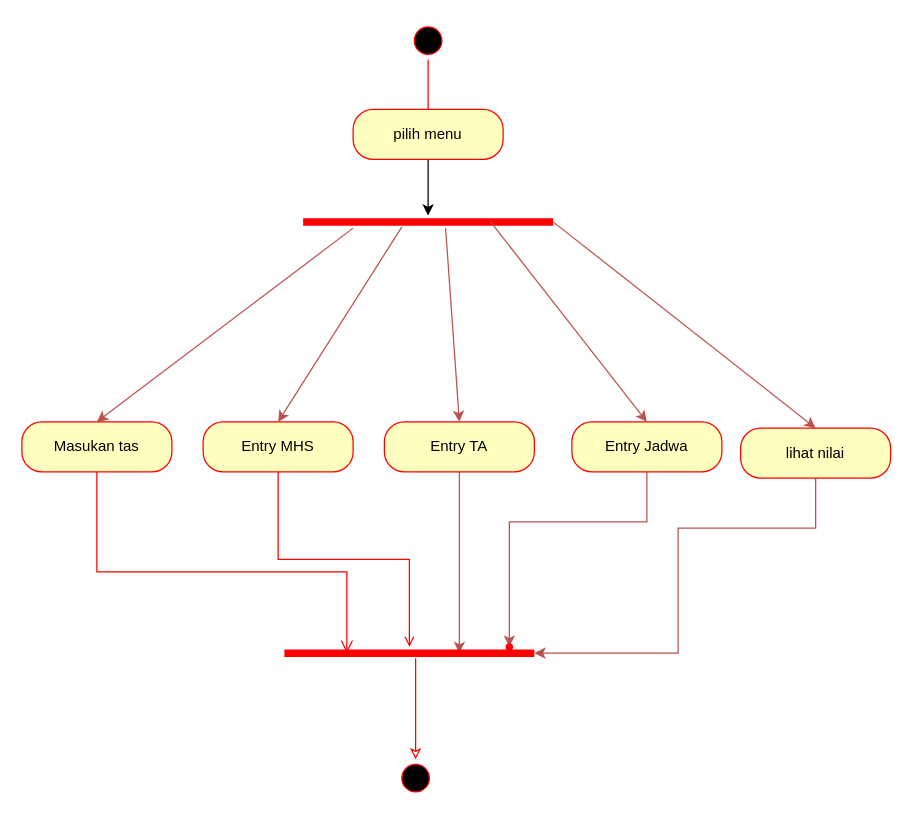
Earlier version of the draw.io diagram Pert 12/Activity-1L-12.drawio (mahesri/uml_ads_sms3). Source tidied: cells renumbered, new cells numbered last; positions are measured from the earlier drawing's top-left corner, leaving out a move shared by most shapes. Both pictures are drawn from the tidied source at 125%, with x=0, y=0 at pixel (21, 21).
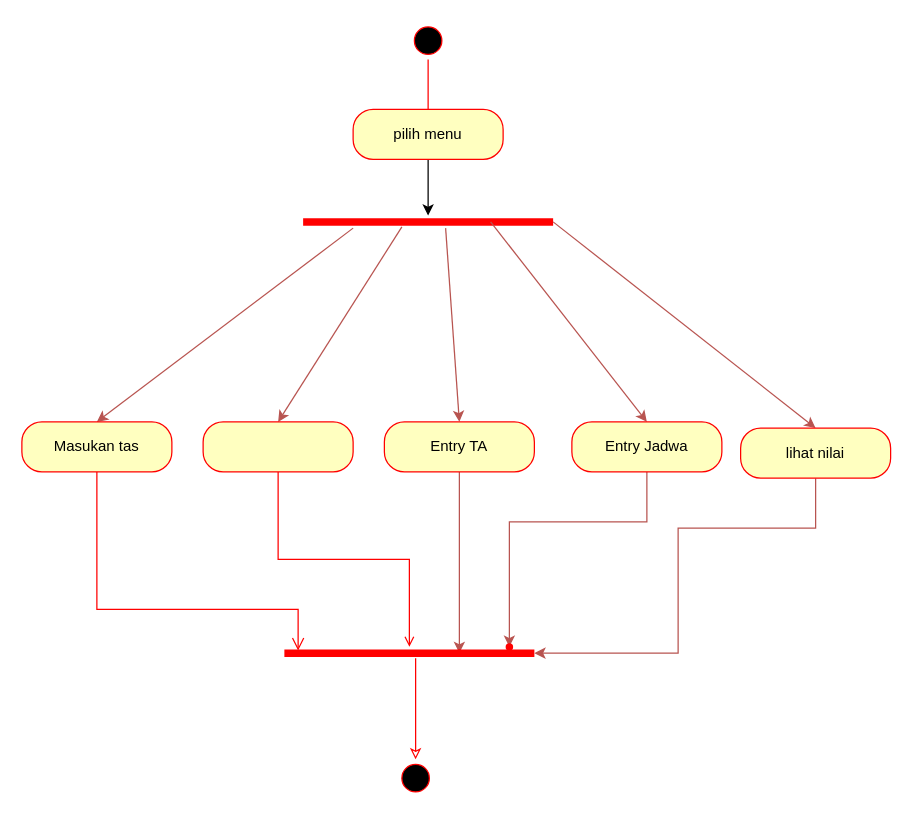
Above is the later version.

Unchanged cells that the change refers to:
```xml
<mxCell id="8" value="Masukan tas" style="rounded=1;whiteSpace=wrap;html=1;arcSize=40;fontColor=#000000;fillColor=#ffffc0;strokeColor=#ff0000;" parent="1" vertex="1">
  <mxGeometry y="320" width="120" height="40" as="geometry" />
</mxCell>
<mxCell id="18" style="shape=line;html=1;strokeWidth=6;strokeColor=#ff0000;" parent="1" vertex="1">
  <mxGeometry x="210" y="500" width="200" height="10" as="geometry" />
</mxCell>
```

Diff of the diagram source:
```diff
@@
-    <mxCell id="9" style="edgeStyle=orthogonalEdgeStyle;html=1;verticalAlign=bottom;endArrow=open;endSize=8;strokeColor=#ff0000;rounded=0;entryX=0.25;entryY=0.5;entryDx=0;entryDy=0;entryPerimeter=0;" parent="1" edge="1" source="8" target="18">
+    <mxCell id="9" style="edgeStyle=orthogonalEdgeStyle;html=1;verticalAlign=bottom;endArrow=open;endSize=8;strokeColor=#ff0000;rounded=0;entryX=0.055;entryY=0.3;entryDx=0;entryDy=0;entryPerimeter=0;" parent="1" edge="1" source="8" target="18">
       <mxGeometry relative="1" as="geometry">
         <Array as="points">
-          <mxPoint x="60" y="440" />
-          <mxPoint x="260" y="440" />
+          <mxPoint x="60" y="470" />
+          <mxPoint x="221" y="470" />
         </Array>
       </mxGeometry>
     </mxCell>
@@
-    <mxCell id="11" value="Entry MHS" style="rounded=1;whiteSpace=wrap;html=1;arcSize=40;fontColor=#000000;fillColor=#ffffc0;strokeColor=#ff0000;" parent="1" vertex="1">
+    <mxCell id="11" style="rounded=1;whiteSpace=wrap;html=1;arcSize=40;fontColor=#000000;fillColor=#ffffc0;strokeColor=#ff0000;" parent="1" vertex="1">
       <mxGeometry x="145" y="320" width="120" height="40" as="geometry" />
     </mxCell>
```
